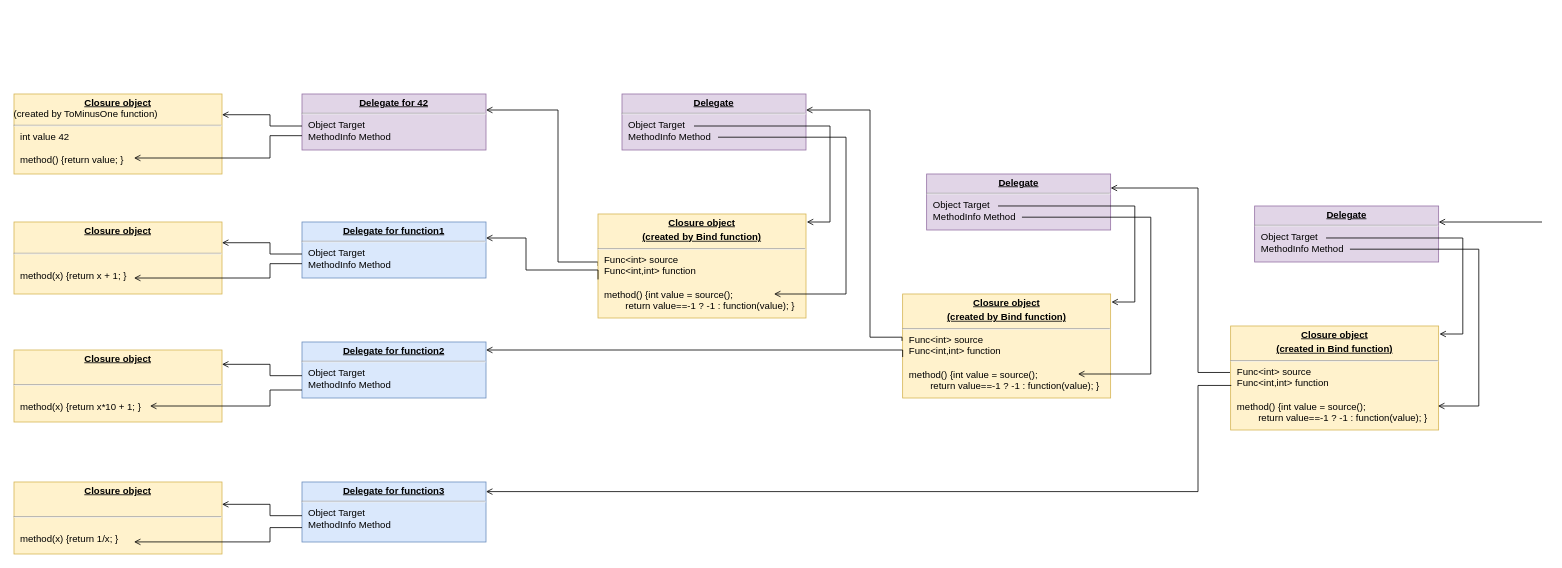
This is page "MinusOneDeferredPull" (4 of 7) of resources/MonadClosureDiagram.drawio from johnspray74/ALAAsciiDoc, a draw.io file, before an edit. Source tidied: cells renumbered, new cells numbered last; positions are measured from the earlier drawing's top-left corner, leaving out a move shared by most shapes. Both pictures are drawn from the tidied source at 80%, with x=0, y=0 at pixel (14, 94).
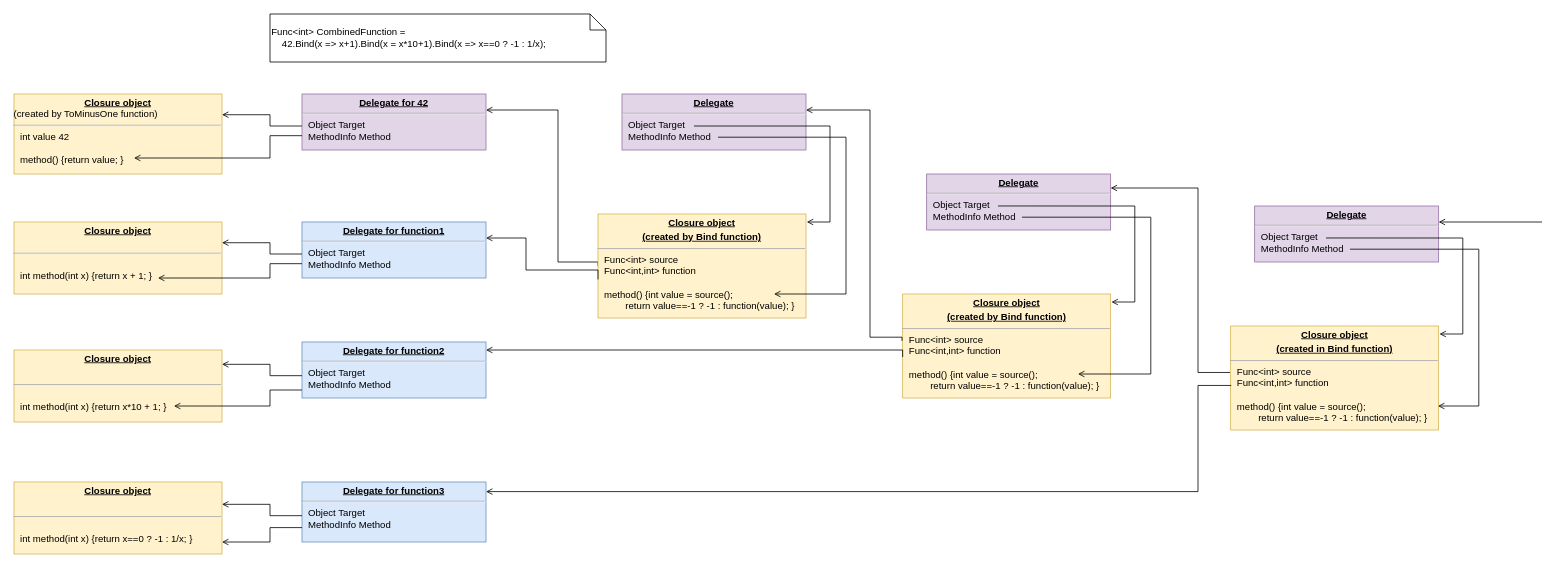
After the change.

Commit message (it also covers changes not shown here):
Edits to monad explanation section in chapter six and modification of the object diagrams for deferred MinusOne and Maybe monads.

Change to the diagram source:
```diff
@@
-    <mxCell id="26" value="&lt;p style=&quot;margin:0px;margin-top:4px;text-align:center;text-decoration:underline;&quot;&gt;&lt;b&gt;Closure object&lt;/b&gt;&lt;/p&gt;&lt;br&gt;&lt;hr&gt;&lt;p style=&quot;margin:0px;margin-left:8px;&quot;&gt;&lt;span style=&quot;background-color: initial;&quot;&gt;&lt;br&gt;&lt;/span&gt;&lt;/p&gt;&lt;p style=&quot;margin:0px;margin-left:8px;&quot;&gt;&lt;span style=&quot;background-color: initial;&quot;&gt;method(x) {return x + 1; }&lt;/span&gt;&lt;br&gt;&lt;/p&gt;" style="verticalAlign=top;align=left;overflow=fill;fontSize=12;fontFamily=Helvetica;html=1;fillColor=#fff2cc;strokeColor=#d6b656;" parent="1" vertex="1">
+    <mxCell id="26" value="&lt;p style=&quot;margin: 0px ; margin-top: 4px ; text-align: center ; text-decoration: underline&quot;&gt;&lt;b&gt;Closure object&lt;/b&gt;&lt;/p&gt;&lt;br&gt;&lt;hr&gt;&lt;p style=&quot;margin: 0px ; margin-left: 8px&quot;&gt;&lt;span&gt;&lt;br&gt;&lt;/span&gt;&lt;/p&gt;&lt;p style=&quot;margin: 0px ; margin-left: 8px&quot;&gt;&lt;span&gt;int method(int x) {return x + 1; }&lt;/span&gt;&lt;br&gt;&lt;/p&gt;" style="verticalAlign=top;align=left;overflow=fill;fontSize=12;fontFamily=Helvetica;html=1;fillColor=#fff2cc;strokeColor=#d6b656;" parent="1" vertex="1">
       <mxGeometry y="160" width="260" height="90" as="geometry" />
     </mxCell>
-    <mxCell id="27" value="&lt;p style=&quot;margin:0px;margin-top:4px;text-align:center;text-decoration:underline;&quot;&gt;&lt;b&gt;Closure object&lt;/b&gt;&lt;/p&gt;&lt;p style=&quot;margin:0px;margin-top:4px;text-align:center;text-decoration:underline;&quot;&gt;&lt;b&gt;&lt;br&gt;&lt;/b&gt;&lt;/p&gt;&lt;hr&gt;&lt;p style=&quot;margin:0px;margin-left:8px;&quot;&gt;&lt;br&gt;&lt;/p&gt;&lt;p style=&quot;margin:0px;margin-left:8px;&quot;&gt;&lt;span style=&quot;background-color: initial;&quot;&gt;method(x) {return x*10 + 1; }&lt;/span&gt;&lt;br&gt;&lt;/p&gt;" style="verticalAlign=top;align=left;overflow=fill;fontSize=12;fontFamily=Helvetica;html=1;fillColor=#fff2cc;strokeColor=#d6b656;" parent="1" vertex="1">
+    <mxCell id="27" value="&lt;p style=&quot;margin: 0px ; margin-top: 4px ; text-align: center ; text-decoration: underline&quot;&gt;&lt;b&gt;Closure object&lt;/b&gt;&lt;/p&gt;&lt;p style=&quot;margin: 0px ; margin-top: 4px ; text-align: center ; text-decoration: underline&quot;&gt;&lt;b&gt;&lt;br&gt;&lt;/b&gt;&lt;/p&gt;&lt;hr&gt;&lt;p style=&quot;margin: 0px ; margin-left: 8px&quot;&gt;&lt;br&gt;&lt;/p&gt;&lt;p style=&quot;margin: 0px ; margin-left: 8px&quot;&gt;&lt;span&gt;int method(int x) {return x*10 + 1; }&lt;/span&gt;&lt;br&gt;&lt;/p&gt;" style="verticalAlign=top;align=left;overflow=fill;fontSize=12;fontFamily=Helvetica;html=1;fillColor=#fff2cc;strokeColor=#d6b656;" parent="1" vertex="1">
       <mxGeometry y="320" width="260" height="90" as="geometry" />
     </mxCell>
-    <mxCell id="28" value="&lt;p style=&quot;margin:0px;margin-top:4px;text-align:center;text-decoration:underline;&quot;&gt;&lt;b&gt;Closure object&lt;/b&gt;&lt;/p&gt;&lt;p style=&quot;margin:0px;margin-top:4px;text-align:center;text-decoration:underline;&quot;&gt;&lt;b&gt;&lt;br&gt;&lt;/b&gt;&lt;/p&gt;&lt;hr&gt;&lt;p style=&quot;margin:0px;margin-left:8px;&quot;&gt;&lt;span style=&quot;background-color: initial;&quot;&gt;&lt;br&gt;&lt;/span&gt;&lt;/p&gt;&lt;p style=&quot;margin:0px;margin-left:8px;&quot;&gt;&lt;span style=&quot;background-color: initial;&quot;&gt;method(x) {return 1/x; }&lt;/span&gt;&lt;br&gt;&lt;/p&gt;" style="verticalAlign=top;align=left;overflow=fill;fontSize=12;fontFamily=Helvetica;html=1;fillColor=#fff2cc;strokeColor=#d6b656;" parent="1" vertex="1">
+    <mxCell id="28" value="&lt;p style=&quot;margin: 0px ; margin-top: 4px ; text-align: center ; text-decoration: underline&quot;&gt;&lt;b&gt;Closure object&lt;/b&gt;&lt;/p&gt;&lt;p style=&quot;margin: 0px ; margin-top: 4px ; text-align: center ; text-decoration: underline&quot;&gt;&lt;b&gt;&lt;br&gt;&lt;/b&gt;&lt;/p&gt;&lt;hr&gt;&lt;p style=&quot;margin: 0px ; margin-left: 8px&quot;&gt;&lt;span&gt;&lt;br&gt;&lt;/span&gt;&lt;/p&gt;&lt;p style=&quot;margin: 0px ; margin-left: 8px&quot;&gt;&lt;span&gt;int method(int x) {return x==0 ? -1 : 1/x; }&lt;/span&gt;&lt;/p&gt;" style="verticalAlign=top;align=left;overflow=fill;fontSize=12;fontFamily=Helvetica;html=1;fillColor=#fff2cc;strokeColor=#d6b656;" parent="1" vertex="1">
       <mxGeometry y="485" width="260" height="90" as="geometry" />
     </mxCell>
@@
-    <mxCell id="31" style="endArrow=open;shadow=0;strokeWidth=1;rounded=0;endFill=1;edgeStyle=orthogonalEdgeStyle;elbow=vertical;entryX=0.577;entryY=0.778;entryDx=0;entryDy=0;entryPerimeter=0;" parent="1" edge="1" target="26">
+    <mxCell id="31" style="endArrow=open;shadow=0;strokeWidth=1;rounded=0;endFill=1;edgeStyle=orthogonalEdgeStyle;elbow=vertical;" parent="1" edge="1">
       <mxGeometry x="0.5" y="41" relative="1" as="geometry">
         <mxPoint x="360" y="212.1" as="sourcePoint" />
+        <mxPoint x="180" y="230" as="targetPoint" />
         <Array as="points">
           <mxPoint x="320" y="212" />
           <mxPoint x="320" y="230" />
         </Array>
         <mxPoint x="-40" y="32" as="offset" />
       </mxGeometry>
     </mxCell>
@@
-    <mxCell id="33" style="endArrow=open;shadow=0;strokeWidth=1;rounded=0;endFill=1;edgeStyle=orthogonalEdgeStyle;elbow=vertical;" parent="1" edge="1">
+    <mxCell id="33" style="endArrow=open;shadow=0;strokeWidth=1;rounded=0;endFill=1;edgeStyle=orthogonalEdgeStyle;elbow=vertical;entryX=0.769;entryY=0.778;entryDx=0;entryDy=0;entryPerimeter=0;" parent="1" edge="1" target="27">
       <mxGeometry x="0.5" y="41" relative="1" as="geometry">
         <mxPoint x="360" y="370" as="sourcePoint" />
-        <mxPoint x="170" y="390" as="targetPoint" />
         <Array as="points">
           <mxPoint x="320" y="370" />
           <mxPoint x="320" y="390" />
         </Array>
         <mxPoint x="-40" y="32" as="offset" />
       </mxGeometry>
     </mxCell>
@@
-    <mxCell id="35" style="endArrow=open;shadow=0;strokeWidth=1;rounded=0;endFill=1;edgeStyle=orthogonalEdgeStyle;elbow=vertical;entryX=0.577;entryY=0.778;entryDx=0;entryDy=0;entryPerimeter=0;" parent="1" edge="1">
+    <mxCell id="35" style="endArrow=open;shadow=0;strokeWidth=1;rounded=0;endFill=1;edgeStyle=orthogonalEdgeStyle;elbow=vertical;" parent="1" edge="1">
       <mxGeometry x="0.5" y="41" relative="1" as="geometry">
         <mxPoint x="360" y="542" as="sourcePoint" />
-        <mxPoint x="150" y="559.9" as="targetPoint" />
+        <mxPoint x="260" y="560" as="targetPoint" />
         <Array as="points">
-          <mxPoint x="320" y="541.9" />
-          <mxPoint x="320" y="559.9" />
+          <mxPoint x="320" y="542" />
+          <mxPoint x="320" y="560" />
         </Array>
         <mxPoint x="-40" y="32" as="offset" />
       </mxGeometry>
     </mxCell>
@@
+    <mxCell id="63" value="&lt;div&gt;Func&amp;lt;int&amp;gt; CombinedFunction =&amp;nbsp;&lt;/div&gt;&lt;div&gt;&amp;nbsp; &amp;nbsp; 42.Bind(x =&amp;gt; x+1).Bind(x = x*10+1).Bind(x =&amp;gt; x==0 ? -1 : 1/x);&lt;/div&gt;" style="shape=note;size=20;whiteSpace=wrap;html=1;align=left;" parent="1" vertex="1">
+      <mxGeometry x="320" y="-100" width="420" height="60" as="geometry" />
+    </mxCell>
```
